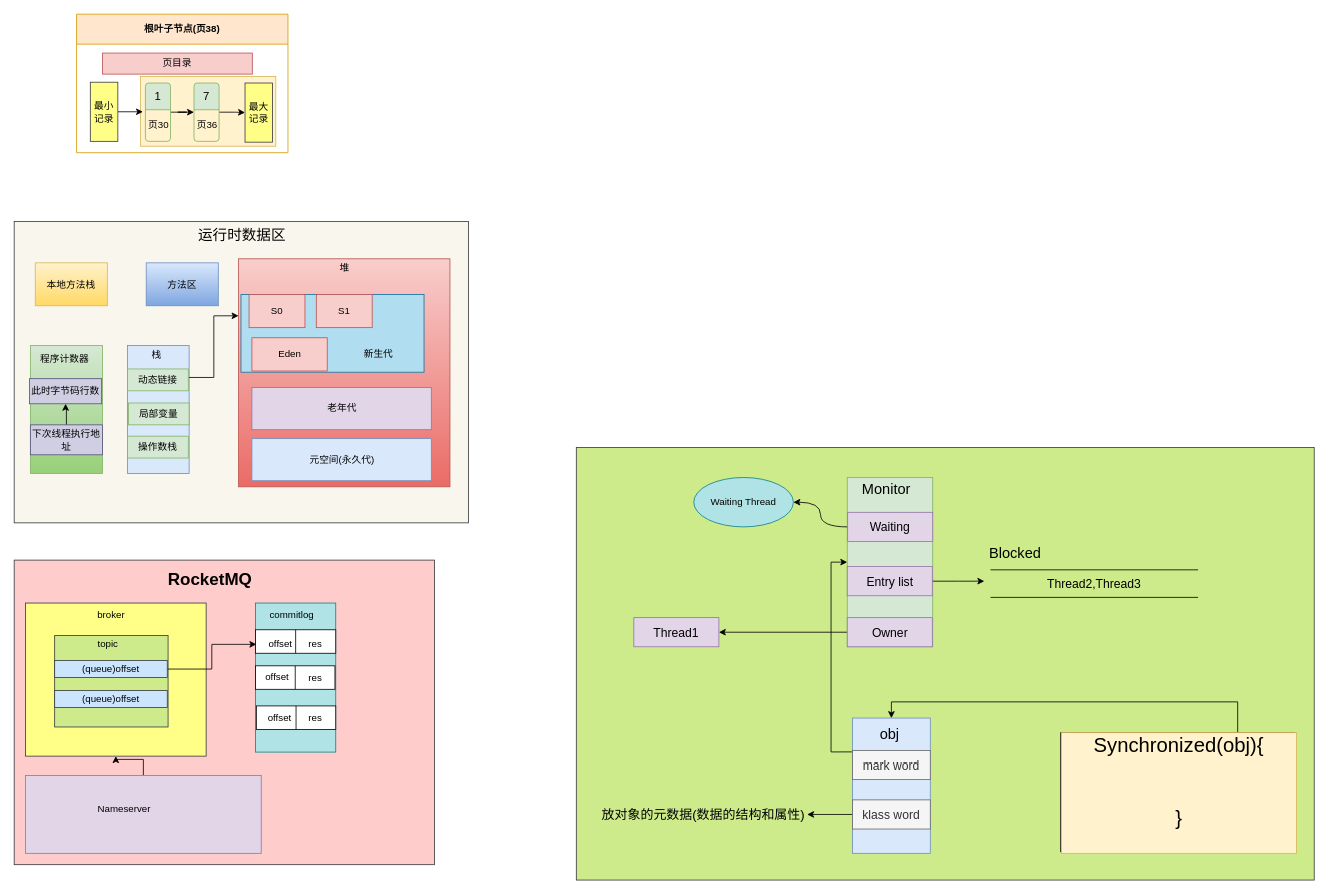
The draw.io diagram mysql.drawio in mianbaosao/drawio, before the edit. Source tidied: cells renumbered, new cells numbered last; positions are measured from the earlier drawing's top-left corner, leaving out a move shared by most shapes. Both pictures are drawn from the tidied source at 81%, with x=0, y=0 at pixel (14, 14).
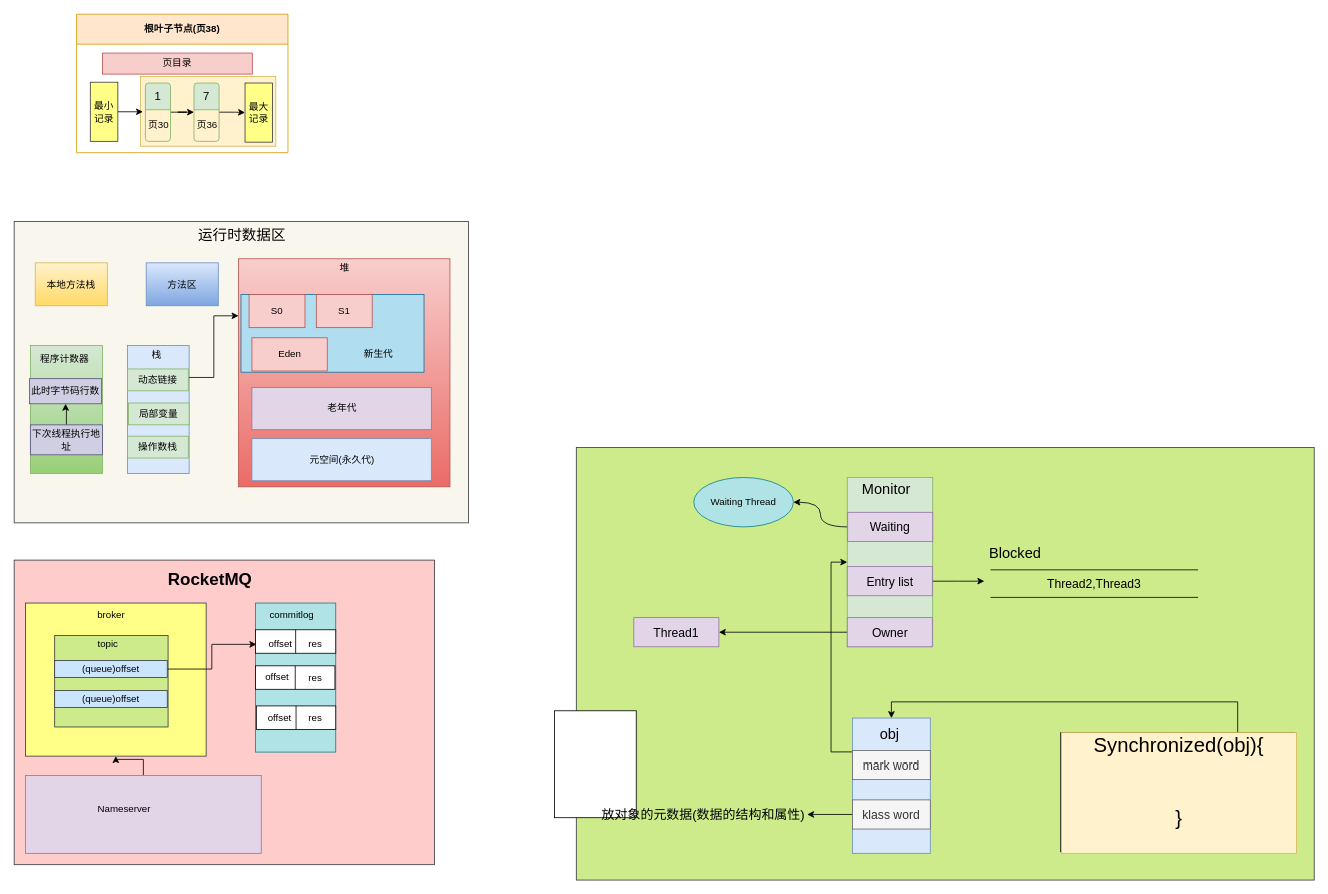
After the change.

Diff of the diagram source:
```diff
@@
+    <mxCell id="88" style="rounded=0;whiteSpace=wrap;html=1;" parent="1" vertex="1">
+      <mxGeometry x="667" y="860" width="101" height="132" as="geometry" />
+    </mxCell>
```
